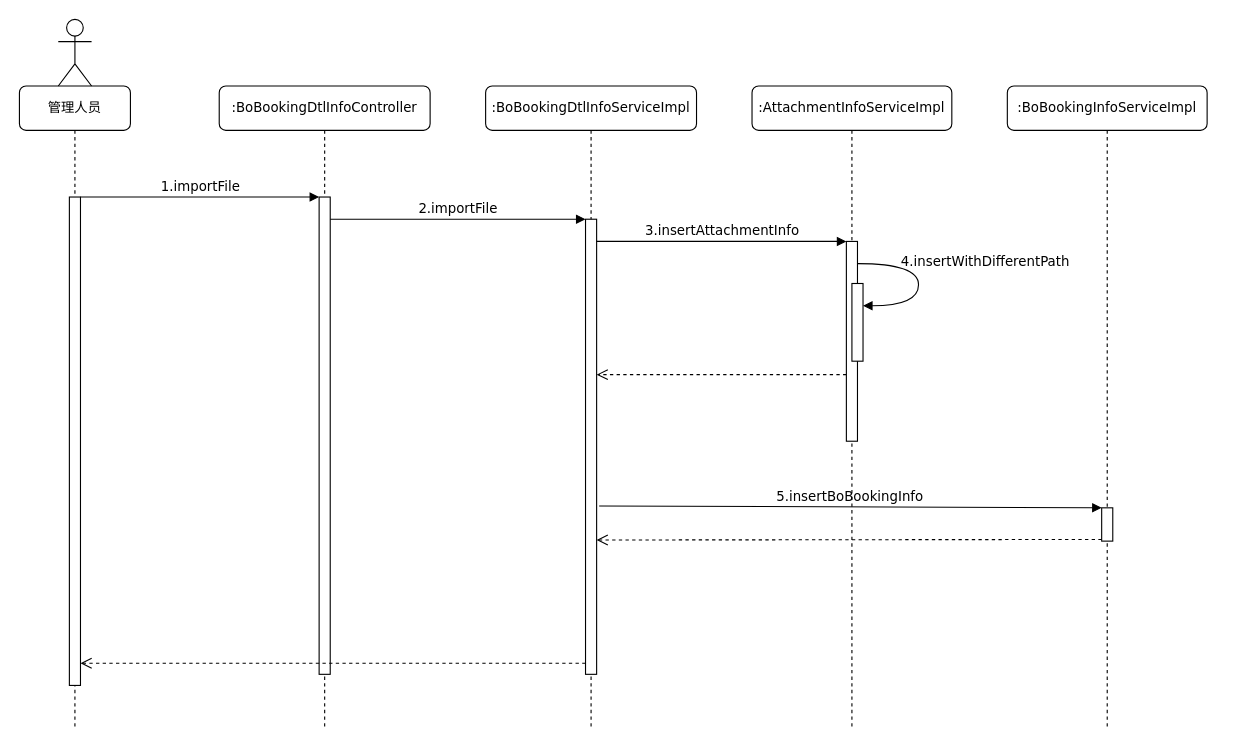
The draw.io diagram page "订单时序图" (17 of 19) of wbooking docs/进区预约系统.drawio in sxc-one/e-conitl, before the edit. Source tidied: cells renumbered, new cells numbered last; positions are measured from the earlier drawing's top-left corner, leaving out a move shared by most shapes. Both pictures are drawn from the tidied source at 111%, with x=0, y=0 at pixel (19, 19).
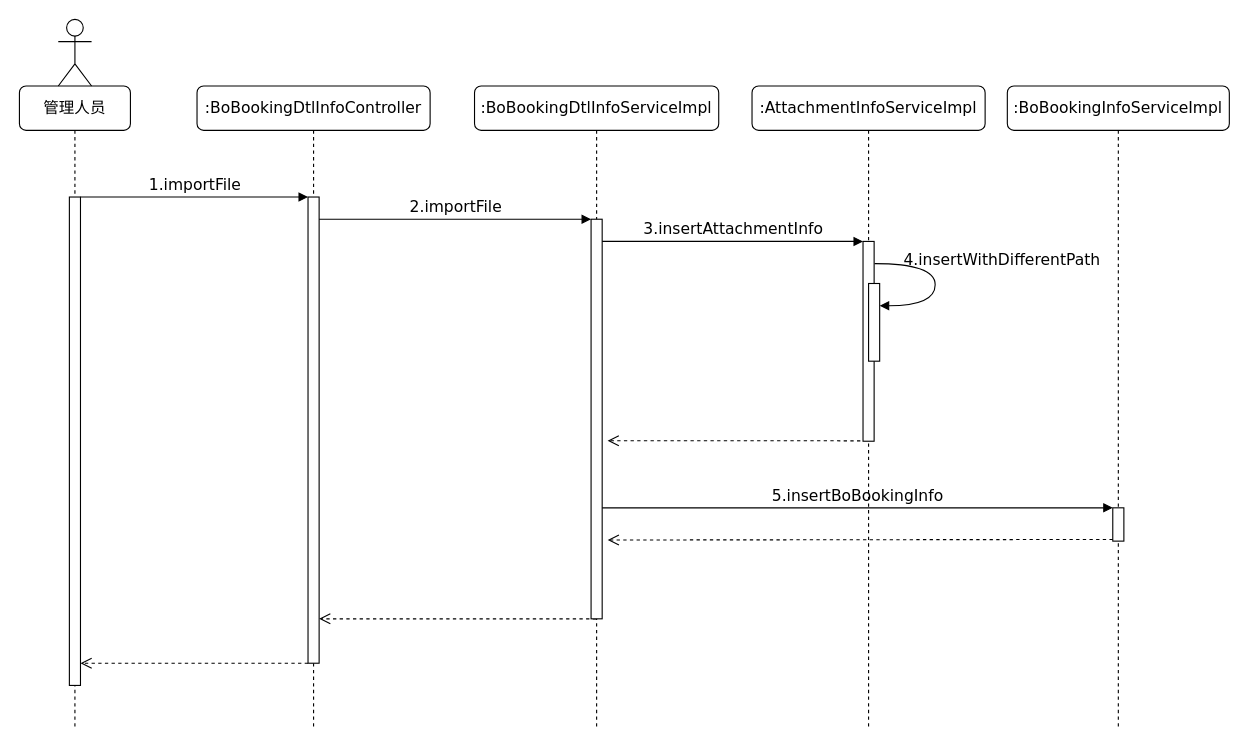
Above is the later version.

Commit message:
Update 进区预约系统.drawio

Unchanged cells that the change refers to:
```xml
<mxCell id="11" style="html=1;points=[];perimeter=orthogonalPerimeter;rounded=0;shadow=0;comic=0;labelBackgroundColor=none;strokeWidth=1;fontFamily=Verdana;fontSize=12;align=center;" parent="10" vertex="1">
  <mxGeometry x="45" y="100" width="10" height="440" as="geometry" />
</mxCell>
```

What changed in the source:
```diff
@@
-    <mxCell id="2" value=":BoBookingDtlInfoController" style="shape=umlLifeline;perimeter=lifelinePerimeter;whiteSpace=wrap;html=1;rounded=1;shadow=0;comic=0;labelBackgroundColor=none;strokeWidth=1;fontFamily=Verdana;fontSize=12;align=center;" parent="1" vertex="1">
-      <mxGeometry x="180" y="60" width="190" height="580" as="geometry" />
+    <mxCell id="2" value="&lt;font style=&quot;font-size: 14px&quot;&gt;:BoBookingDtlInfoController&lt;/font&gt;" style="shape=umlLifeline;perimeter=lifelinePerimeter;whiteSpace=wrap;html=1;rounded=1;shadow=0;comic=0;labelBackgroundColor=none;strokeWidth=1;fontFamily=Verdana;fontSize=12;align=center;" parent="1" vertex="1">
+      <mxGeometry x="160" y="60" width="210" height="580" as="geometry" />
     </mxCell>
     <mxCell id="3" style="html=1;points=[];perimeter=orthogonalPerimeter;rounded=0;shadow=0;comic=0;labelBackgroundColor=none;strokeWidth=1;fontFamily=Verdana;fontSize=12;align=center;" parent="2" vertex="1">
-      <mxGeometry x="90" y="100" width="10" height="430" as="geometry" />
+      <mxGeometry x="100" y="100" width="10" height="420" as="geometry" />
     </mxCell>
+    <mxCell id="22" style="html=1;verticalAlign=bottom;endArrow=open;dashed=1;endSize=8;labelBackgroundColor=none;fontFamily=Verdana;fontSize=12;edgeStyle=elbowEdgeStyle;elbow=vertical;" parent="2" edge="1" source="4">
+      <mxGeometry relative="1" as="geometry">
+        <mxPoint x="110" y="480.3" as="targetPoint" />
+      </mxGeometry>
+    </mxCell>
-    <mxCell id="4" value=":BoBookingDtlInfoServiceImpl" style="shape=umlLifeline;perimeter=lifelinePerimeter;whiteSpace=wrap;html=1;outlineConnect=0;rounded=1;shadow=0;comic=0;labelBackgroundColor=none;strokeWidth=1;fontFamily=Verdana;fontSize=12;align=center;" parent="1" vertex="1">
-      <mxGeometry x="420" y="60" width="190" height="580" as="geometry" />
+    <mxCell id="4" value="&lt;font style=&quot;font-size: 14px&quot;&gt;:BoBookingDtlInfoServiceImpl&lt;/font&gt;" style="shape=umlLifeline;perimeter=lifelinePerimeter;whiteSpace=wrap;html=1;outlineConnect=0;rounded=1;shadow=0;comic=0;labelBackgroundColor=none;strokeWidth=1;fontFamily=Verdana;fontSize=12;align=center;" parent="1" vertex="1">
+      <mxGeometry x="410" y="60" width="220" height="580" as="geometry" />
     </mxCell>
     <mxCell id="5" style="html=1;points=[];perimeter=orthogonalPerimeter;rounded=0;shadow=0;comic=0;labelBackgroundColor=none;strokeWidth=1;fontFamily=Verdana;fontSize=12;align=center;" parent="4" vertex="1">
-      <mxGeometry x="90" y="120" width="10" height="410" as="geometry" />
+      <mxGeometry x="105" y="120" width="10" height="360" as="geometry" />
     </mxCell>
-    <mxCell id="6" style="html=1;verticalAlign=bottom;endArrow=open;dashed=1;endSize=8;exitX=0;exitY=0.95;labelBackgroundColor=none;fontFamily=Verdana;fontSize=12;" parent="4" edge="1">
-      <mxGeometry relative="1" as="geometry">
-        <mxPoint x="325" y="260" as="sourcePoint" />
-        <mxPoint x="100" y="260" as="targetPoint" />
-      </mxGeometry>
-    </mxCell>
-    <mxCell id="7" value=":AttachmentInfoServiceImpl" style="shape=umlLifeline;perimeter=lifelinePerimeter;whiteSpace=wrap;html=1;rounded=1;shadow=0;comic=0;labelBackgroundColor=none;strokeWidth=1;fontFamily=Verdana;fontSize=12;align=center;" parent="1" vertex="1">
-      <mxGeometry x="660" y="60" width="180" height="580" as="geometry" />
+    <mxCell id="7" value="&lt;font style=&quot;font-size: 14px&quot;&gt;:AttachmentInfoServiceImpl&lt;/font&gt;" style="shape=umlLifeline;perimeter=lifelinePerimeter;whiteSpace=wrap;html=1;rounded=1;shadow=0;comic=0;labelBackgroundColor=none;strokeWidth=1;fontFamily=Verdana;fontSize=12;align=center;" parent="1" vertex="1">
+      <mxGeometry x="660" y="60" width="210" height="580" as="geometry" />
     </mxCell>
+    <mxCell id="12" style="html=1;points=[];perimeter=orthogonalPerimeter;rounded=0;shadow=0;comic=0;labelBackgroundColor=none;strokeWidth=1;fontFamily=Verdana;fontSize=12;align=center;" parent="7" vertex="1">
+      <mxGeometry x="100" y="140" width="10" height="180" as="geometry" />
+    </mxCell>
+    <mxCell id="20" value="&lt;font style=&quot;font-size: 14px&quot;&gt;4.insertWithDifferentPath&lt;/font&gt;" style="html=1;verticalAlign=bottom;endArrow=block;labelBackgroundColor=none;fontFamily=Verdana;fontSize=12;elbow=vertical;edgeStyle=orthogonalEdgeStyle;curved=1;entryX=1;entryY=0.286;entryPerimeter=0;exitX=1.038;exitY=0.345;exitPerimeter=0;" parent="7" edge="1" target="19">
+      <mxGeometry x="-0.12" y="60" relative="1" as="geometry">
+        <mxPoint x="110.4" y="160" as="sourcePoint" />
+        <Array as="points">
+          <mxPoint x="165" y="159.9" />
+          <mxPoint x="165" y="197.9" />
+        </Array>
+      </mxGeometry>
+    </mxCell>
+    <mxCell id="19" style="html=1;points=[];perimeter=orthogonalPerimeter;rounded=0;shadow=0;comic=0;labelBackgroundColor=none;strokeWidth=1;fontFamily=Verdana;fontSize=12;align=center;" parent="7" vertex="1">
+      <mxGeometry x="105" y="177.9" width="10" height="70" as="geometry" />
+    </mxCell>
-    <mxCell id="8" value=":BoBookingInfoServiceImpl" style="shape=umlLifeline;perimeter=lifelinePerimeter;whiteSpace=wrap;html=1;rounded=1;shadow=0;comic=0;labelBackgroundColor=none;strokeWidth=1;fontFamily=Verdana;fontSize=12;align=center;" parent="1" vertex="1">
-      <mxGeometry x="890" y="60" width="180" height="580" as="geometry" />
+    <mxCell id="8" value="&lt;font style=&quot;font-size: 14px&quot;&gt;:BoBookingInfoServiceImpl&lt;/font&gt;" style="shape=umlLifeline;perimeter=lifelinePerimeter;whiteSpace=wrap;html=1;rounded=1;shadow=0;comic=0;labelBackgroundColor=none;strokeWidth=1;fontFamily=Verdana;fontSize=12;align=center;" parent="1" vertex="1">
+      <mxGeometry x="890" y="60" width="200" height="580" as="geometry" />
     </mxCell>
     <mxCell id="9" style="html=1;points=[];perimeter=orthogonalPerimeter;rounded=0;shadow=0;comic=0;labelBackgroundColor=none;strokeColor=#000000;strokeWidth=1;fillColor=#FFFFFF;fontFamily=Verdana;fontSize=12;fontColor=#000000;align=center;" parent="8" vertex="1">
-      <mxGeometry x="85" y="380" width="10" height="30" as="geometry" />
+      <mxGeometry x="95" y="380" width="10" height="30" as="geometry" />
     </mxCell>
-    <mxCell id="10" value="管理人员" style="shape=umlLifeline;perimeter=lifelinePerimeter;whiteSpace=wrap;html=1;rounded=1;shadow=0;comic=0;labelBackgroundColor=none;strokeWidth=1;fontFamily=Verdana;fontSize=12;align=center;" parent="1" vertex="1">
+    <mxCell id="10" value="&lt;font style=&quot;font-size: 14px&quot;&gt;管理人员&lt;/font&gt;" style="shape=umlLifeline;perimeter=lifelinePerimeter;whiteSpace=wrap;html=1;rounded=1;shadow=0;comic=0;labelBackgroundColor=none;strokeWidth=1;fontFamily=Verdana;fontSize=12;align=center;" parent="1" vertex="1">
       <mxGeometry y="60" width="100" height="580" as="geometry" />
     </mxCell>
@@
-    <mxCell id="12" style="html=1;points=[];perimeter=orthogonalPerimeter;rounded=0;shadow=0;comic=0;labelBackgroundColor=none;strokeWidth=1;fontFamily=Verdana;fontSize=12;align=center;" parent="1" vertex="1">
-      <mxGeometry x="745" y="200" width="10" height="180" as="geometry" />
-    </mxCell>
-    <mxCell id="13" value="3.insertAttachmentInfo" style="html=1;verticalAlign=bottom;endArrow=block;labelBackgroundColor=none;fontFamily=Verdana;fontSize=12;edgeStyle=elbowEdgeStyle;elbow=horizontal;" parent="1" edge="1" source="5" target="12">
+    <mxCell id="13" value="&lt;font style=&quot;font-size: 14px&quot;&gt;3.insertAttachmentInfo&lt;/font&gt;" style="html=1;verticalAlign=bottom;endArrow=block;labelBackgroundColor=none;fontFamily=Verdana;fontSize=12;edgeStyle=elbowEdgeStyle;elbow=vertical;" parent="1" edge="1" source="5" target="12">
       <mxGeometry relative="1" as="geometry">
         <Array as="points">
           <mxPoint x="630" y="200" />
         </Array>
       </mxGeometry>
     </mxCell>
-    <mxCell id="14" value="5.insertBoBookingInfo" style="html=1;verticalAlign=bottom;endArrow=block;entryX=0;entryY=0;labelBackgroundColor=none;fontFamily=Verdana;fontSize=12;exitX=1.229;exitY=0.63;exitDx=0;exitDy=0;exitPerimeter=0;" parent="1" edge="1" source="5" target="9">
+    <mxCell id="14" value="&lt;font style=&quot;font-size: 14px&quot;&gt;5.insertBoBookingInfo&lt;/font&gt;" style="html=1;verticalAlign=bottom;endArrow=block;entryX=0;entryY=0;labelBackgroundColor=none;fontFamily=Verdana;fontSize=12;" parent="1" edge="1" source="5" target="9">
       <mxGeometry relative="1" as="geometry" />
     </mxCell>
     <mxCell id="15" style="html=1;verticalAlign=bottom;endArrow=open;dashed=1;endSize=8;exitX=0;exitY=0.95;labelBackgroundColor=none;fontFamily=Verdana;fontSize=12;" parent="1" edge="1" source="9">
       <mxGeometry relative="1" as="geometry">
-        <mxPoint x="520" y="469" as="targetPoint" />
+        <mxPoint x="530" y="469" as="targetPoint" />
       </mxGeometry>
     </mxCell>
     <mxCell id="16" style="html=1;verticalAlign=bottom;endArrow=open;dashed=1;endSize=8;labelBackgroundColor=none;fontFamily=Verdana;fontSize=12;edgeStyle=elbowEdgeStyle;elbow=vertical;" parent="1" edge="1" target="11">
       <mxGeometry relative="1" as="geometry">
-        <mxPoint x="510" y="580" as="sourcePoint" />
-        <Array as="points">
-          <mxPoint x="470" y="580" />
-        </Array>
+        <mxPoint x="260" y="580" as="sourcePoint" />
       </mxGeometry>
     </mxCell>
-    <mxCell id="17" value="1.importFile" style="html=1;verticalAlign=bottom;endArrow=block;entryX=0;entryY=0;labelBackgroundColor=none;fontFamily=Verdana;fontSize=12;edgeStyle=elbowEdgeStyle;elbow=vertical;" parent="1" edge="1" source="11" target="3">
+    <mxCell id="17" value="&lt;font style=&quot;font-size: 14px&quot;&gt;1.importFile&lt;/font&gt;" style="html=1;verticalAlign=bottom;endArrow=block;entryX=0;entryY=0;labelBackgroundColor=none;fontFamily=Verdana;fontSize=12;edgeStyle=elbowEdgeStyle;elbow=vertical;" parent="1" edge="1" source="11" target="3">
       <mxGeometry relative="1" as="geometry" />
     </mxCell>
-    <mxCell id="18" value="2.importFile" style="html=1;verticalAlign=bottom;endArrow=block;entryX=0;entryY=0;labelBackgroundColor=none;fontFamily=Verdana;fontSize=12;edgeStyle=elbowEdgeStyle;elbow=vertical;" parent="1" edge="1" source="3" target="5">
+    <mxCell id="18" value="&lt;font style=&quot;font-size: 14px&quot;&gt;2.importFile&lt;/font&gt;" style="html=1;verticalAlign=bottom;endArrow=block;entryX=0;entryY=0;labelBackgroundColor=none;fontFamily=Verdana;fontSize=12;edgeStyle=elbowEdgeStyle;elbow=vertical;" parent="1" edge="1" source="3" target="5">
       <mxGeometry relative="1" as="geometry" />
     </mxCell>
-    <mxCell id="19" style="html=1;points=[];perimeter=orthogonalPerimeter;rounded=0;shadow=0;comic=0;labelBackgroundColor=none;strokeWidth=1;fontFamily=Verdana;fontSize=12;align=center;" parent="1" vertex="1">
-      <mxGeometry x="750" y="237.9" width="10" height="70" as="geometry" />
-    </mxCell>
-    <mxCell id="20" value="4.insertWithDifferentPath" style="html=1;verticalAlign=bottom;endArrow=block;labelBackgroundColor=none;fontFamily=Verdana;fontSize=12;elbow=vertical;edgeStyle=orthogonalEdgeStyle;curved=1;entryX=1;entryY=0.286;entryPerimeter=0;exitX=1.038;exitY=0.345;exitPerimeter=0;" parent="1" edge="1" target="19">
-      <mxGeometry x="-0.12" y="60" relative="1" as="geometry">
-        <mxPoint x="755.4" y="220" as="sourcePoint" />
-        <Array as="points">
-          <mxPoint x="810" y="219.9" />
-          <mxPoint x="810" y="257.9" />
-        </Array>
-      </mxGeometry>
-    </mxCell>
@@
+    <mxCell id="6" style="html=1;verticalAlign=bottom;endArrow=open;dashed=1;endSize=8;exitX=-0.243;exitY=0.998;labelBackgroundColor=none;fontFamily=Verdana;fontSize=12;exitDx=0;exitDy=0;exitPerimeter=0;entryX=0.545;entryY=0.551;entryDx=0;entryDy=0;entryPerimeter=0;" parent="1" edge="1" source="12" target="4">
+      <mxGeometry relative="1" as="geometry" />
+    </mxCell>
```
